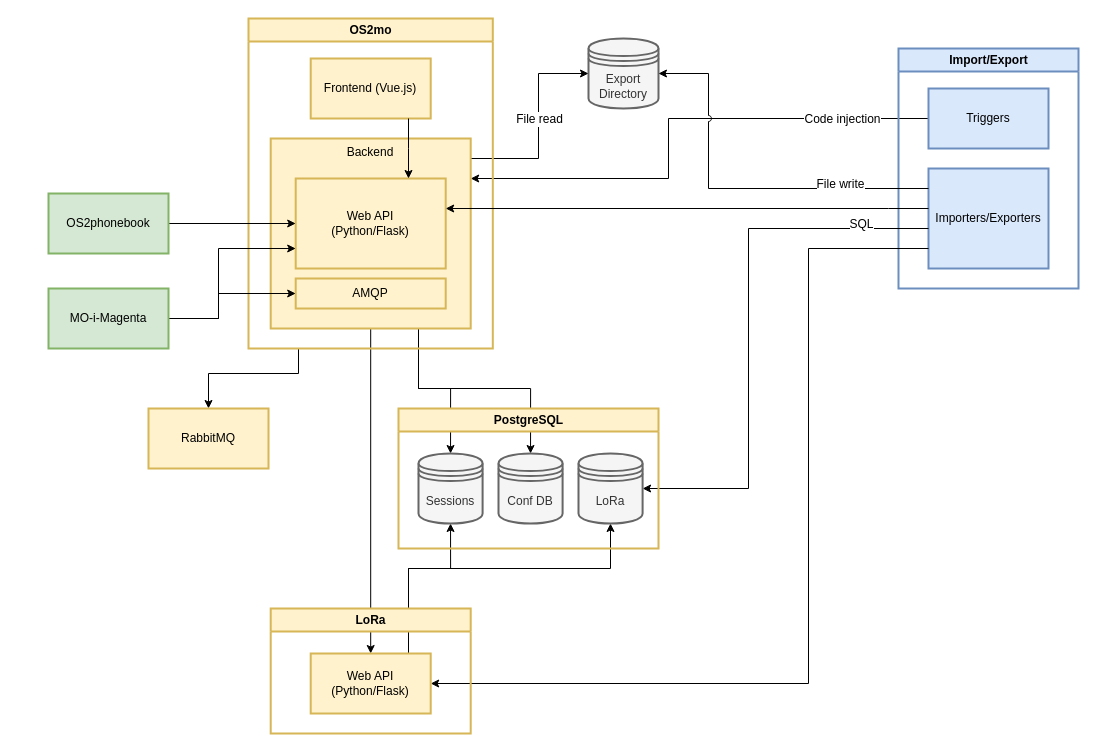
OS2mo/os2mo keeps this draw.io diagram as docs/architecture/os2mo.drawio. Above is the earlier version. Source tidied: cells renumbered, new cells numbered last; positions are measured from the earlier drawing's top-left corner, leaving out a move shared by most shapes. Both pictures are drawn from the tidied source at 100%, with x=0, y=0 at pixel (48, 18).
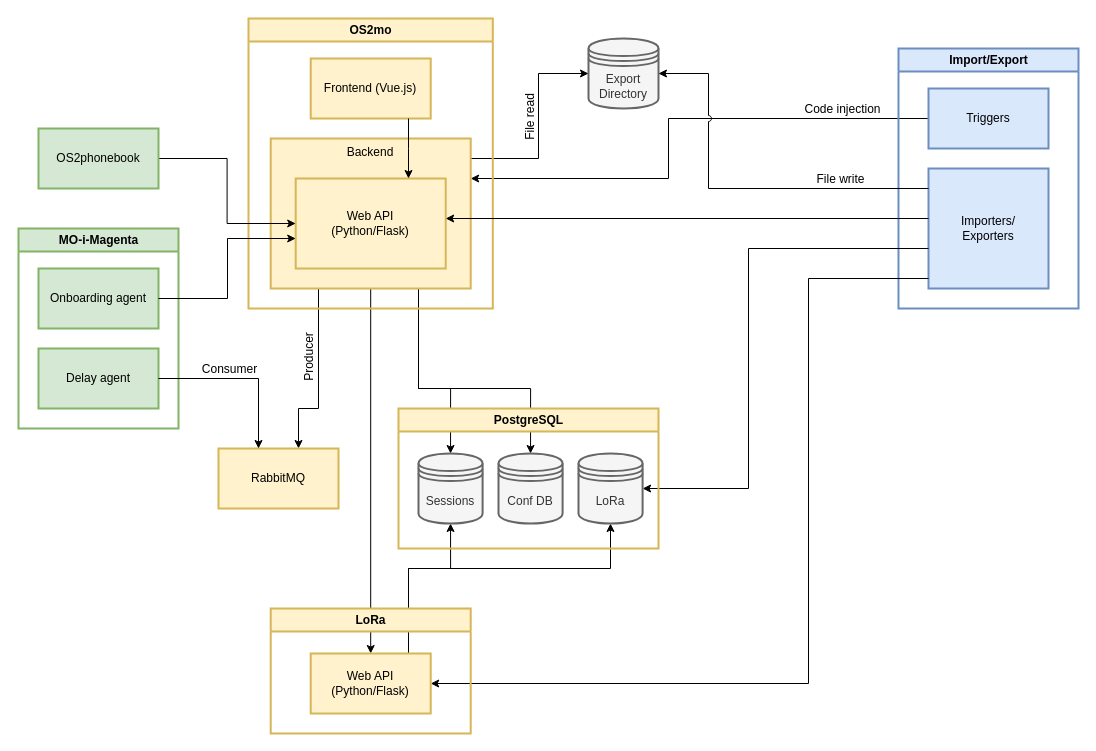
The same page after the edit.

Commit message (it also covers changes not shown here):
[#27169] Update architecture diagram

Flesh out MO-i-Magenta a bit to make it clear how we use AMQP

Unchanged cells that the change refers to:
```xml
<mxCell id="9" style="edgeStyle=orthogonalEdgeStyle;rounded=0;jettySize=auto;html=1;" parent="1" edge="1" source="12" target="27">
  <mxGeometry relative="1" as="geometry">
    <Array as="points">
      <mxPoint x="620" y="100" />
      <mxPoint x="620" y="160" />
    </Array>
  </mxGeometry>
</mxCell>
<mxCell id="20" value="LoRa" style="shape=datastore;whiteSpace=wrap;html=1;fillColor=#f5f5f5;strokeColor=#666666;fontColor=#333333;rounded=0;strokeWidth=2;" parent="17" vertex="1">
  <mxGeometry x="180" y="45" width="64.1" height="70" as="geometry" />
</mxCell>
<mxCell id="22" style="edgeStyle=orthogonalEdgeStyle;rounded=0;jumpStyle=arc;jettySize=auto;html=1;" parent="1" edge="1" source="13" target="21">
  <mxGeometry relative="1" as="geometry">
    <Array as="points">
      <mxPoint x="660" y="170" />
      <mxPoint x="660" y="55" />
    </Array>
  </mxGeometry>
</mxCell>
<mxCell id="24" style="edgeStyle=orthogonalEdgeStyle;rounded=0;jumpStyle=arc;jettySize=auto;html=1;" parent="1" edge="1" source="27" target="21">
  <mxGeometry relative="1" as="geometry">
    <Array as="points">
      <mxPoint x="490" y="140" />
      <mxPoint x="490" y="55" />
    </Array>
  </mxGeometry>
</mxCell>
<mxCell id="29" value="Web API&lt;br&gt;(Python/Flask)" style="rounded=0;whiteSpace=wrap;html=1;fillColor=#fff2cc;strokeColor=#d6b656;strokeWidth=2;" parent="27" vertex="1">
  <mxGeometry x="25" y="40" width="150" height="90" as="geometry" />
</mxCell>
<mxCell id="39" value="Web API&lt;br&gt;(Python/Flask)" style="whiteSpace=wrap;html=1;fillColor=#fff2cc;strokeColor=#d6b656;rounded=0;strokeWidth=2;" parent="38" vertex="1">
  <mxGeometry x="40" y="45" width="120" height="60" as="geometry" />
</mxCell>
```

The edit, as a diff of the source:
```diff
@@
-    <mxCell id="4" style="edgeStyle=orthogonalEdgeStyle;rounded=0;comic=0;jumpStyle=arc;jettySize=auto;html=1;shadow=0;startArrow=none;startFill=0;strokeColor=#000000;" parent="1" edge="1" source="26" target="8">
+    <mxCell id="4" style="edgeStyle=orthogonalEdgeStyle;rounded=0;comic=0;jumpStyle=arc;jettySize=auto;html=1;shadow=0;startArrow=none;startFill=0;strokeColor=#000000;" parent="1" edge="1" source="27" target="8">
       <mxGeometry relative="1" as="geometry">
         <Array as="points">
-          <mxPoint x="250" y="355" />
-          <mxPoint x="160" y="355" />
+          <mxPoint x="270" y="390" />
+          <mxPoint x="250" y="390" />
         </Array>
       </mxGeometry>
     </mxCell>
+    <mxCell id="40" value="Producer" style="text;html=1;align=center;verticalAlign=middle;labelBackgroundColor=#ffffff;horizontal=0;" parent="4" vertex="1">
+      <mxGeometry x="-0.58" y="-3" relative="1" as="geometry">
+        <mxPoint x="-7" y="32" as="offset" />
+      </mxGeometry>
+    </mxCell>
@@
     <mxCell id="8" value="RabbitMQ" style="rounded=0;whiteSpace=wrap;html=1;fillColor=#fff2cc;strokeColor=#d6b656;strokeWidth=2;" parent="1" vertex="1">
-      <mxGeometry x="100" y="390" width="120" height="60" as="geometry" />
+      <mxGeometry x="170" y="430" width="120" height="60" as="geometry" />
     </mxCell>
@@
     <mxCell id="10" value="Code injection" style="text;align=center;verticalAlign=middle;labelBackgroundColor=#ffffff;labelBorderColor=none;html=1;" parent="9" vertex="1">
       <mxGeometry x="-0.06" y="-3" relative="1" as="geometry">
-        <mxPoint x="156" y="3" as="offset" />
+        <mxPoint x="156" y="-7" as="offset" />
       </mxGeometry>
     </mxCell>
     <mxCell id="11" value="Import/Export" style="swimlane;rounded=0;strokeColor=#6c8ebf;strokeWidth=2;fillColor=#dae8fc;html=1;startSize=23;noLabel=0;" parent="1" vertex="1">
-      <mxGeometry x="850" y="30" width="180" height="240" as="geometry" />
+      <mxGeometry x="850" y="30" width="180" height="260" as="geometry" />
     </mxCell>
@@
-    <mxCell id="13" value="Importers/Exporters" style="rounded=0;whiteSpace=wrap;html=1;strokeColor=#6c8ebf;strokeWidth=2;fillColor=#dae8fc;" parent="11" vertex="1">
-      <mxGeometry x="30" y="120" width="120" height="100" as="geometry" />
+    <mxCell id="13" value="Importers/&lt;br&gt;Exporters" style="rounded=0;whiteSpace=wrap;html=1;strokeColor=#6c8ebf;strokeWidth=2;fillColor=#dae8fc;" parent="11" vertex="1">
+      <mxGeometry x="30" y="120" width="120" height="120" as="geometry" />
     </mxCell>
     <mxCell id="14" style="edgeStyle=orthogonalEdgeStyle;rounded=0;jettySize=auto;html=1;" parent="1" edge="1" source="13" target="39">
       <mxGeometry relative="1" as="geometry">
         <Array as="points">
-          <mxPoint x="760" y="230" />
+          <mxPoint x="760" y="260" />
           <mxPoint x="760" y="665" />
         </Array>
       </mxGeometry>
     </mxCell>
     <mxCell id="15" style="edgeStyle=orthogonalEdgeStyle;rounded=0;jettySize=auto;html=1;" parent="1" edge="1" source="13" target="20">
       <mxGeometry relative="1" as="geometry">
         <Array as="points">
-          <mxPoint x="700" y="210" />
+          <mxPoint x="700" y="230" />
           <mxPoint x="700" y="470" />
         </Array>
       </mxGeometry>
     </mxCell>
-    <mxCell id="16" value="SQL" style="text;html=1;align=center;verticalAlign=middle;labelBackgroundColor=#ffffff;" parent="15" vertex="1">
-      <mxGeometry x="-0.75" y="-3" relative="1" as="geometry">
-        <mxPoint y="-2" as="offset" />
-      </mxGeometry>
-    </mxCell>
@@
     <mxCell id="23" value="File write" style="text;html=1;align=center;verticalAlign=middle;labelBackgroundColor=#ffffff;" parent="22" vertex="1">
       <mxGeometry x="-0.54" y="-2" relative="1" as="geometry">
-        <mxPoint y="-3" as="offset" />
+        <mxPoint y="-8" as="offset" />
       </mxGeometry>
     </mxCell>
@@
-    <mxCell id="25" value="File read" style="text;html=1;align=center;verticalAlign=middle;labelBackgroundColor=#ffffff;" parent="24" vertex="1">
+    <mxCell id="25" value="File read" style="text;html=1;align=center;verticalAlign=middle;labelBackgroundColor=#ffffff;horizontal=0;" parent="24" vertex="1">
       <mxGeometry x="-0.53" y="2" relative="1" as="geometry">
-        <mxPoint x="20.2" y="-38" as="offset" />
+        <mxPoint x="10.8" y="-38" as="offset" />
       </mxGeometry>
     </mxCell>
     <mxCell id="26" value="OS2mo" style="swimlane;rounded=0;strokeColor=#d6b656;strokeWidth=2;fillColor=#fff2cc;html=1;" parent="1" vertex="1">
-      <mxGeometry x="200" width="244.3" height="330" as="geometry" />
+      <mxGeometry x="200" width="244.3" height="290" as="geometry" />
     </mxCell>
     <mxCell id="27" value="Backend" style="rounded=0;strokeColor=#d6b656;strokeWidth=2;fillColor=#fff2cc;labelPosition=center;verticalLabelPosition=middle;align=center;verticalAlign=top;spacingTop=0;html=1;whiteSpace=wrap;labelBorderColor=none;labelBackgroundColor=none;fontColor=#000000;horizontal=1;gradientColor=none;" parent="26" vertex="1">
-      <mxGeometry x="22.2" y="120" width="200" height="190" as="geometry" />
+      <mxGeometry x="22.2" y="120" width="200" height="150" as="geometry" />
     </mxCell>
-    <mxCell id="28" value="AMQP" style="rounded=0;whiteSpace=wrap;html=1;strokeColor=#d6b656;strokeWidth=2;fillColor=#fff2cc;gradientColor=none;" parent="27" vertex="1">
-      <mxGeometry x="25" y="140" width="150" height="30" as="geometry" />
-    </mxCell>
@@
     <mxCell id="33" value="OS2phonebook" style="rounded=0;whiteSpace=wrap;html=1;strokeColor=#82b366;strokeWidth=2;fillColor=#d5e8d4;" parent="1" vertex="1">
-      <mxGeometry y="175" width="120" height="60" as="geometry" />
+      <mxGeometry x="-10" y="110" width="120" height="60" as="geometry" />
     </mxCell>
     <mxCell id="34" style="edgeStyle=orthogonalEdgeStyle;rounded=0;jettySize=auto;html=1;" parent="1" edge="1" source="13" target="29">
       <mxGeometry relative="1" as="geometry">
         <Array as="points">
-          <mxPoint x="840" y="190" />
-          <mxPoint x="840" y="190" />
+          <mxPoint x="850" y="200" />
+          <mxPoint x="850" y="200" />
         </Array>
       </mxGeometry>
     </mxCell>
-    <mxCell id="35" style="edgeStyle=orthogonalEdgeStyle;rounded=0;jettySize=auto;html=1;" parent="1" edge="1" source="37" target="28">
-      <mxGeometry relative="1" as="geometry">
-        <Array as="points">
-          <mxPoint x="170" y="300" />
-          <mxPoint x="170" y="275" />
-        </Array>
-      </mxGeometry>
-    </mxCell>
-    <mxCell id="36" style="edgeStyle=orthogonalEdgeStyle;rounded=0;jettySize=auto;html=1;" parent="1" edge="1" source="37" target="29">
-      <mxGeometry relative="1" as="geometry">
-        <Array as="points">
-          <mxPoint x="170" y="300" />
-          <mxPoint x="170" y="230" />
-        </Array>
-      </mxGeometry>
-    </mxCell>
-    <mxCell id="37" value="MO-i-Magenta" style="rounded=0;whiteSpace=wrap;html=1;strokeColor=#82b366;strokeWidth=2;fillColor=#d5e8d4;" parent="1" vertex="1">
-      <mxGeometry y="270" width="120" height="60" as="geometry" />
-    </mxCell>
@@
+    <mxCell id="41" value="MO-i-Magenta" style="swimlane;rounded=0;strokeColor=#82b366;strokeWidth=2;fillColor=#d5e8d4;html=1;" parent="1" vertex="1">
+      <mxGeometry x="-30" y="210" width="160" height="200" as="geometry" />
+    </mxCell>
+    <mxCell id="42" value="Onboarding agent" style="rounded=0;whiteSpace=wrap;html=1;strokeColor=#82b366;strokeWidth=2;fillColor=#d5e8d4;" parent="41" vertex="1">
+      <mxGeometry x="20" y="40" width="120" height="60" as="geometry" />
+    </mxCell>
+    <mxCell id="37" value="Delay agent" style="rounded=0;whiteSpace=wrap;html=1;strokeColor=#82b366;strokeWidth=2;fillColor=#d5e8d4;" parent="41" vertex="1">
+      <mxGeometry x="20" y="120" width="120" height="60" as="geometry" />
+    </mxCell>
+    <mxCell id="43" style="edgeStyle=orthogonalEdgeStyle;rounded=0;jettySize=auto;html=1;" parent="1" edge="1" source="37" target="8">
+      <mxGeometry relative="1" as="geometry">
+        <Array as="points">
+          <mxPoint x="210" y="360" />
+        </Array>
+      </mxGeometry>
+    </mxCell>
+    <mxCell id="44" value="Consumer" style="text;html=1;align=center;verticalAlign=middle;labelBackgroundColor=#ffffff;" parent="43" vertex="1">
+      <mxGeometry x="-0.6" y="-4" relative="1" as="geometry">
+        <mxPoint x="36" y="-14" as="offset" />
+      </mxGeometry>
+    </mxCell>
+    <mxCell id="45" style="edgeStyle=orthogonalEdgeStyle;rounded=0;jettySize=auto;html=1;" parent="1" edge="1" source="42" target="29">
+      <mxGeometry relative="1" as="geometry">
+        <Array as="points">
+          <mxPoint x="179" y="280" />
+          <mxPoint x="179" y="220" />
+        </Array>
+      </mxGeometry>
+    </mxCell>
```
